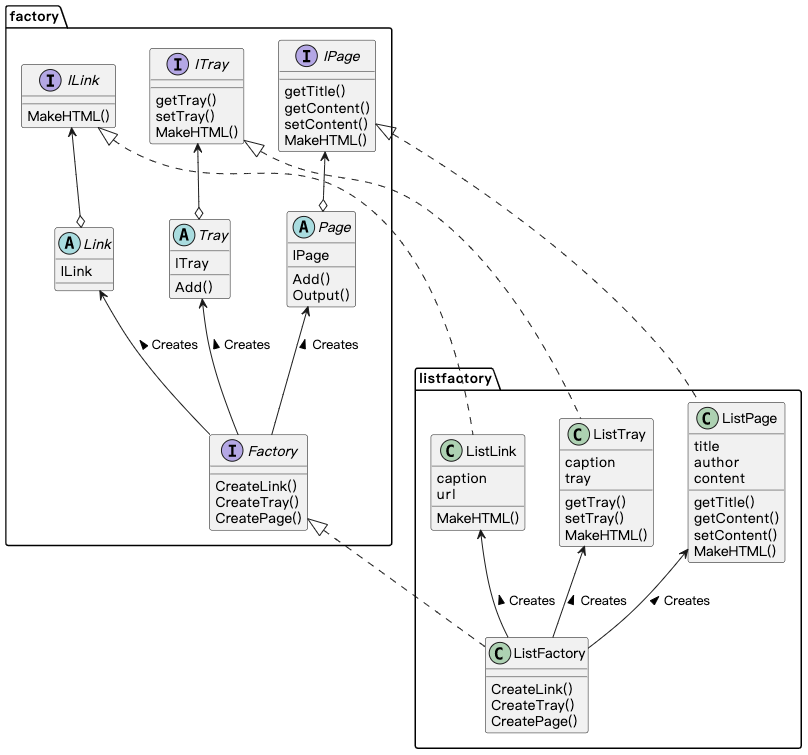
This is 08_abstract_factory/abstract_factory.png from A11Might/golang-design-pattern, a PlantUML export, as it was before one commit. Its source is kept beside it as 08_abstract_factory/abstract_factory.puml. Its diagram source:
```plantuml
@startuml

package factory {
    interface ILink {
        MakeHTML()
    }
    abstract class Link {
        ILink
    }
    interface ITray {
        getTray()
        setTray()
        MakeHTML()
    }
    abstract class Tray {
        ITray
        Add()
    }
    interface IPage {
        getTitle()
        getContent()
        setContent()
        MakeHTML()
    }
    abstract class Page {
        IPage
        Add()
        Output()
    }
    interface Factory {
        CreateLink()
        CreateTray()
        CreatePage()
    }
}
package listfactory {
    class ListLink {
        caption
        url
        MakeHTML()
    }
    class ListTray {
        caption
        tray
        getTray()
        setTray()
        MakeHTML()
    }
    class ListPage {
        title
        author
        content
        getTitle()
        getContent()
        setContent()
        MakeHTML()
    }
    class ListFactory {
        CreateLink()
        CreateTray()
        CreatePage()
    }
}

ILink <--o Link
ITray <--o Tray
IPage <--o Page
Link <-- Factory: Creates <
Tray <-- Factory: Creates <
Page <-- Factory: Creates <
ILink <|.. ListLink
ITray <|.. ListTray
IPage <|.. ListPage
ListLink <-- ListFactory: Creates <
ListTray <-- ListFactory: Creates <
ListPage <-- ListFactory: Creates <
Factory <|.. ListFactory

@enduml
```
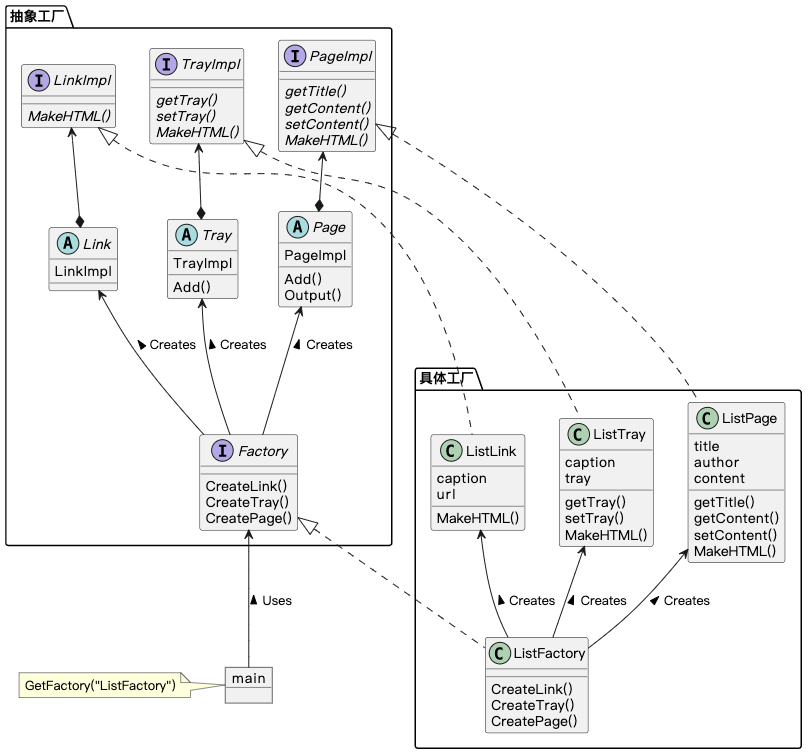
Above is the later version.

Commit message:
prefect abstract factory

Diff of the diagram source:
```diff
@@ -1,29 +1,31 @@
 @startuml
 
-package factory {
-    interface ILink {
-        MakeHTML()
+object main
+note left: GetFactory("ListFactory")
+package 抽象工厂 {
+    interface LinkImpl {
+        {abstract}MakeHTML()
     }
     abstract class Link {
-        ILink
+        LinkImpl
     }
-    interface ITray {
-        getTray()
-        setTray()
-        MakeHTML()
+    interface TrayImpl {
+        {abstract}getTray()
+        {abstract}setTray()
+        {abstract}MakeHTML()
     }
     abstract class Tray {
-        ITray
+        TrayImpl
         Add()
     }
-    interface IPage {
-        getTitle()
-        getContent()
-        setContent()
-        MakeHTML()
+    interface PageImpl {
+        {abstract}getTitle()
+        {abstract}getContent()
+        {abstract}setContent()
+        {abstract}MakeHTML()
     }
     abstract class Page {
-        IPage
+        PageImpl
         Add()
         Output()
     }
@@ -33,7 +35,7 @@
         CreatePage()
     }
 }
-package listfactory {
+package 具体工厂 {
     class ListLink {
         caption
         url
@@ -62,15 +64,16 @@
     }
 }
 
-ILink <--o Link
-ITray <--o Tray
-IPage <--o Page
+LinkImpl <--* Link
+TrayImpl <--* Tray
+PageImpl <--* Page
 Link <-- Factory: Creates <
 Tray <-- Factory: Creates <
 Page <-- Factory: Creates <
-ILink <|.. ListLink
-ITray <|.. ListTray
-IPage <|.. ListPage
+Factory <-- main: Uses <
+LinkImpl <|.. ListLink
+TrayImpl <|.. ListTray
+PageImpl <|.. ListPage
 ListLink <-- ListFactory: Creates <
 ListTray <-- ListFactory: Creates <
 ListPage <-- ListFactory: Creates <
```
